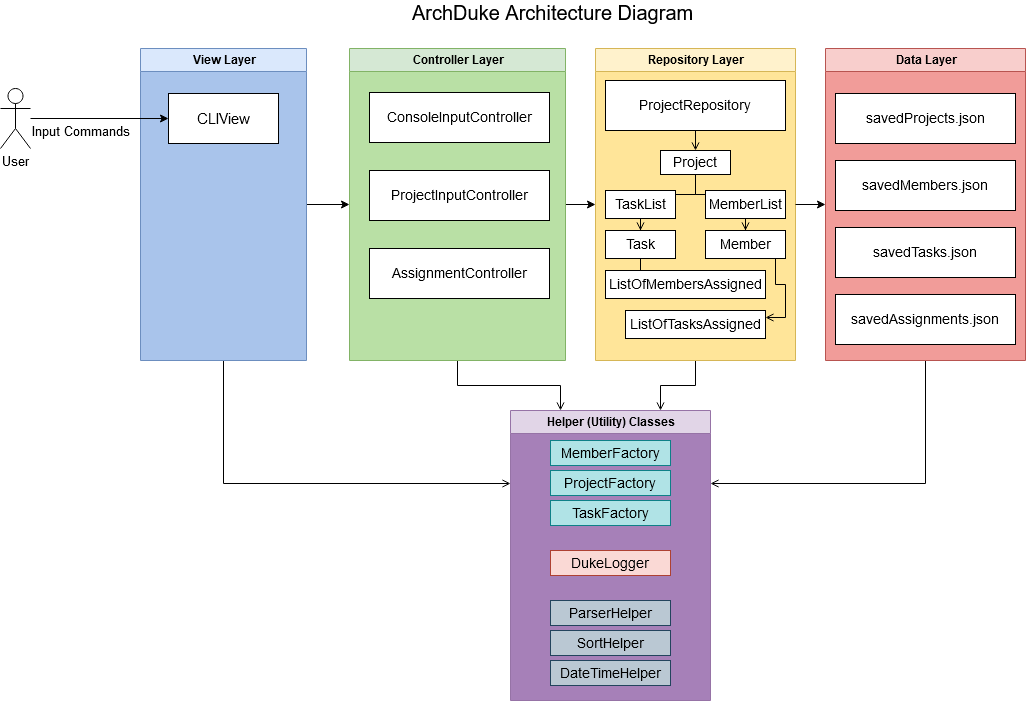
The draw.io diagram docs/images/ArchDuke_Architecture.png in nusCS2113-AY1920S1/PersonalAssistant-Duke, before a commit. Source tidied: cells renumbered, new cells last; positions are measured from the earlier drawing's top-left corner, leaving out a move shared by most shapes.
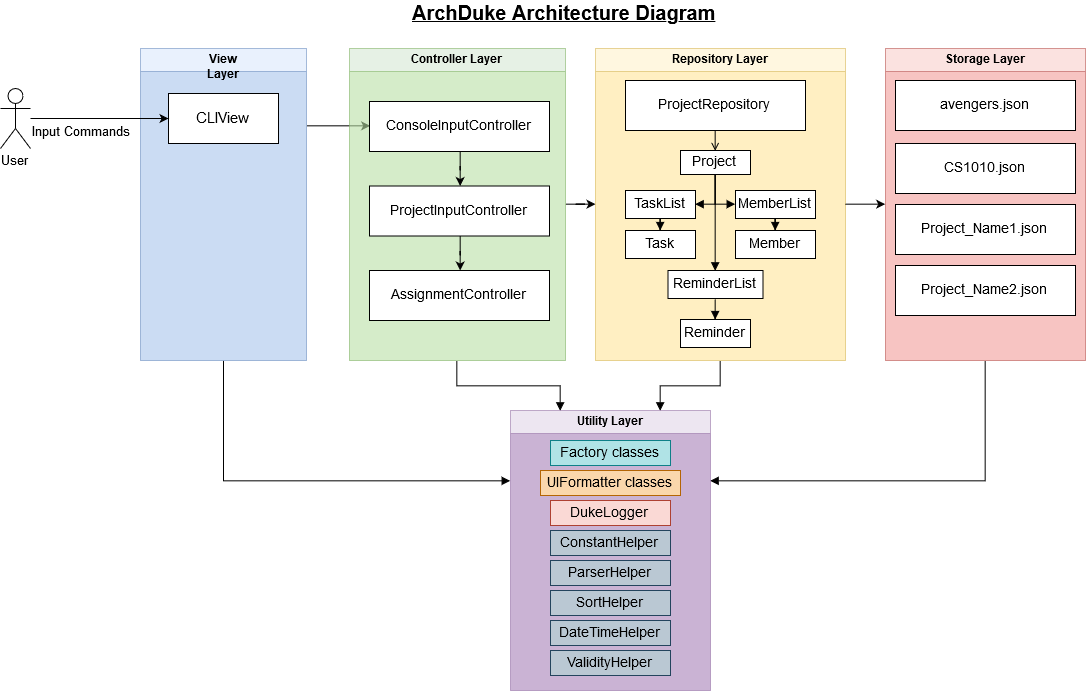
The same diagram one commit later.

Commit message:
[Docs] Updated Architecture Diagram

Change to the diagram source:
```diff
@@ -2,13 +2,13 @@
   <root>
     <mxCell id="0" />
     <mxCell id="1" parent="0" />
-    <mxCell id="2" style="edgeStyle=orthogonalEdgeStyle;rounded=0;jettySize=auto;html=1;fontSize=15;" parent="1" edge="1" source="4" target="8">
+    <mxCell id="2" style="edgeStyle=orthogonalEdgeStyle;rounded=0;jettySize=auto;html=1;fontSize=15;exitX=1;exitY=0.25;exitDx=0;exitDy=0;entryX=0;entryY=0.5;entryDx=0;entryDy=0;" parent="1" edge="1" source="4" target="9">
       <mxGeometry relative="1" as="geometry" />
     </mxCell>
-    <mxCell id="3" style="edgeStyle=orthogonalEdgeStyle;rounded=0;jettySize=auto;html=1;exitX=0.5;exitY=1;exitDx=0;exitDy=0;entryX=0;entryY=0.25;entryDx=0;entryDy=0;endArrow=open;endFill=0;strokeColor=#000000;fontSize=14;" parent="1" edge="1" source="4" target="40">
+    <mxCell id="3" style="edgeStyle=orthogonalEdgeStyle;rounded=0;jettySize=auto;html=1;exitX=0.5;exitY=1;exitDx=0;exitDy=0;entryX=0;entryY=0.25;entryDx=0;entryDy=0;endArrow=block;endFill=1;strokeColor=#000000;fontSize=14;" parent="1" edge="1" source="4" target="40">
       <mxGeometry relative="1" as="geometry" />
     </mxCell>
-    <mxCell id="4" value="View Layer" style="swimlane;whiteSpace=wrap;swimlaneFillColor=#A9C4EB;fillColor=#dae8fc;strokeColor=#6c8ebf;" parent="1" vertex="1">
+    <mxCell id="4" value="View Layer" style="swimlane;whiteSpace=wrap;swimlaneFillColor=#A9C4EB;fillColor=#dae8fc;strokeColor=#6c8ebf;opacity=60;" parent="1" vertex="1">
       <mxGeometry x="140" y="48" width="166" height="312" as="geometry" />
     </mxCell>
     <mxCell id="5" value="CLIView" style="fontSize=15;" parent="4" vertex="1">
@@ -17,92 +17,98 @@
     <mxCell id="6" style="edgeStyle=orthogonalEdgeStyle;rounded=0;jettySize=auto;html=1;fontSize=14;" parent="1" edge="1" source="8" target="13">
       <mxGeometry relative="1" as="geometry" />
     </mxCell>
-    <mxCell id="7" style="edgeStyle=orthogonalEdgeStyle;rounded=0;jettySize=auto;html=1;exitX=0.5;exitY=1;exitDx=0;exitDy=0;entryX=0.25;entryY=0;entryDx=0;entryDy=0;endArrow=open;endFill=0;strokeColor=#000000;fontSize=14;" parent="1" edge="1" source="8" target="40">
+    <mxCell id="7" style="edgeStyle=orthogonalEdgeStyle;rounded=0;jettySize=auto;html=1;exitX=0.5;exitY=1;exitDx=0;exitDy=0;entryX=0.25;entryY=0;entryDx=0;entryDy=0;endArrow=block;endFill=1;strokeColor=#000000;fontSize=14;" parent="1" edge="1" source="8" target="40">
       <mxGeometry relative="1" as="geometry" />
     </mxCell>
-    <mxCell id="8" value="Controller Layer" style="swimlane;whiteSpace=wrap;fillColor=#d5e8d4;strokeColor=#82b366;swimlaneFillColor=#B9E0A5;" parent="1" vertex="1">
+    <mxCell id="8" value="Controller Layer" style="swimlane;whiteSpace=wrap;fillColor=#d5e8d4;strokeColor=#82b366;swimlaneFillColor=#B9E0A5;opacity=60;glass=0;" parent="1" vertex="1">
       <mxGeometry x="349" y="48" width="216" height="312" as="geometry" />
     </mxCell>
+    <mxCell id="48" style="edgeStyle=orthogonalEdgeStyle;rounded=0;jettySize=auto;html=1;" parent="8" edge="1" source="9" target="10">
+      <mxGeometry relative="1" as="geometry" />
+    </mxCell>
     <mxCell id="9" value="ConsoleInputController" style="fontSize=14;" parent="8" vertex="1">
-      <mxGeometry x="20" y="44" width="180" height="50" as="geometry" />
+      <mxGeometry x="20" y="53" width="180" height="50" as="geometry" />
     </mxCell>
+    <mxCell id="49" style="edgeStyle=orthogonalEdgeStyle;rounded=0;jettySize=auto;html=1;" parent="8" edge="1" source="10" target="11">
+      <mxGeometry relative="1" as="geometry" />
+    </mxCell>
     <mxCell id="10" value="ProjectInputController" style="fontSize=14;" parent="8" vertex="1">
-      <mxGeometry x="20" y="122" width="180" height="50" as="geometry" />
+      <mxGeometry x="20" y="137.5" width="180" height="50" as="geometry" />
     </mxCell>
     <mxCell id="11" value="AssignmentController" style="fontSize=14;" parent="8" vertex="1">
-      <mxGeometry x="20" y="200" width="180" height="50" as="geometry" />
+      <mxGeometry x="20" y="222" width="180" height="50" as="geometry" />
     </mxCell>
-    <mxCell id="12" style="edgeStyle=orthogonalEdgeStyle;rounded=0;jettySize=auto;html=1;exitX=0.5;exitY=1;exitDx=0;exitDy=0;entryX=0.75;entryY=0;entryDx=0;entryDy=0;endArrow=open;endFill=0;strokeColor=#000000;fontSize=14;" parent="1" edge="1" source="13" target="40">
+    <mxCell id="12" style="edgeStyle=orthogonalEdgeStyle;rounded=0;jettySize=auto;html=1;exitX=0.5;exitY=1;exitDx=0;exitDy=0;entryX=0.75;entryY=0;entryDx=0;entryDy=0;endArrow=block;endFill=1;strokeColor=#000000;fontSize=14;" parent="1" edge="1" source="13" target="40">
       <mxGeometry relative="1" as="geometry" />
     </mxCell>
-    <mxCell id="13" value="Repository Layer" style="swimlane;whiteSpace=wrap;fillColor=#fff2cc;strokeColor=#d6b656;swimlaneFillColor=#FFE599;" parent="1" vertex="1">
-      <mxGeometry x="595" y="48" width="200" height="312" as="geometry" />
+    <mxCell id="13" value="Repository Layer" style="swimlane;whiteSpace=wrap;fillColor=#fff2cc;strokeColor=#d6b656;swimlaneFillColor=#FFE599;opacity=60;" parent="1" vertex="1">
+      <mxGeometry x="595" y="48" width="250" height="312" as="geometry" />
     </mxCell>
     <mxCell id="14" value="ProjectRepository" style="fontSize=14;" parent="13" vertex="1">
-      <mxGeometry x="10" y="32" width="180" height="50" as="geometry" />
+      <mxGeometry x="30" y="32" width="180" height="50" as="geometry" />
     </mxCell>
-    <mxCell id="15" style="edgeStyle=orthogonalEdgeStyle;rounded=0;jettySize=auto;html=1;endArrow=open;endFill=0;strokeColor=#000000;fontSize=14;" parent="13" edge="1" source="17" target="24">
+    <mxCell id="15" style="edgeStyle=orthogonalEdgeStyle;rounded=0;jettySize=auto;html=1;endArrow=block;endFill=1;strokeColor=#000000;fontSize=14;entryX=0;entryY=0.5;entryDx=0;entryDy=0;" parent="13" edge="1" source="17" target="24">
       <mxGeometry relative="1" as="geometry" />
     </mxCell>
-    <mxCell id="16" style="edgeStyle=orthogonalEdgeStyle;rounded=0;jettySize=auto;html=1;endArrow=open;endFill=0;strokeColor=#000000;fontSize=14;" parent="13" edge="1" source="17" target="19">
+    <mxCell id="16" style="edgeStyle=orthogonalEdgeStyle;rounded=0;jettySize=auto;html=1;endArrow=block;endFill=1;strokeColor=#000000;fontSize=14;entryX=1;entryY=0.5;entryDx=0;entryDy=0;" parent="13" edge="1" source="17" target="19">
       <mxGeometry relative="1" as="geometry" />
     </mxCell>
+    <mxCell id="50" style="edgeStyle=orthogonalEdgeStyle;rounded=0;jettySize=auto;html=1;exitX=0.5;exitY=1;exitDx=0;exitDy=0;entryX=0.5;entryY=0;entryDx=0;entryDy=0;endArrow=block;endFill=1;" parent="13" edge="1" source="17" target="52">
+      <mxGeometry relative="1" as="geometry" />
+    </mxCell>
     <mxCell id="17" value="Project" style="fontSize=14;" parent="13" vertex="1">
-      <mxGeometry x="65" y="102" width="70" height="24" as="geometry" />
+      <mxGeometry x="85" y="102" width="70" height="24" as="geometry" />
     </mxCell>
-    <mxCell id="18" style="edgeStyle=orthogonalEdgeStyle;rounded=0;jettySize=auto;html=1;endArrow=open;endFill=0;strokeColor=#000000;fontSize=14;" parent="13" edge="1" source="19" target="21">
+    <mxCell id="18" style="edgeStyle=orthogonalEdgeStyle;rounded=0;jettySize=auto;html=1;endArrow=block;endFill=1;strokeColor=#000000;fontSize=14;" parent="13" edge="1" source="19" target="21">
       <mxGeometry relative="1" as="geometry" />
     </mxCell>
     <mxCell id="19" value="TaskList" style="fontSize=14;" parent="13" vertex="1">
-      <mxGeometry x="10" y="142" width="70" height="28" as="geometry" />
+      <mxGeometry x="30" y="142" width="70" height="28" as="geometry" />
     </mxCell>
-    <mxCell id="20" style="edgeStyle=orthogonalEdgeStyle;rounded=0;jettySize=auto;html=1;endArrow=open;endFill=0;strokeColor=#000000;fontSize=14;" parent="13" edge="1" source="21" target="22">
-      <mxGeometry relative="1" as="geometry" />
-    </mxCell>
     <mxCell id="21" value="Task" style="fontSize=14;" parent="13" vertex="1">
-      <mxGeometry x="10" y="182" width="70" height="28" as="geometry" />
+      <mxGeometry x="30" y="182" width="70" height="28" as="geometry" />
     </mxCell>
-    <mxCell id="22" value="ListOfMembersAssigned" style="fontSize=14;" parent="13" vertex="1">
-      <mxGeometry x="10" y="222" width="160" height="28" as="geometry" />
-    </mxCell>
-    <mxCell id="23" style="edgeStyle=orthogonalEdgeStyle;rounded=0;jettySize=auto;html=1;endArrow=open;endFill=0;strokeColor=#000000;fontSize=14;" parent="13" edge="1" source="24" target="26">
+    <mxCell id="23" style="edgeStyle=orthogonalEdgeStyle;rounded=0;jettySize=auto;html=1;endArrow=block;endFill=1;strokeColor=#000000;fontSize=14;" parent="13" edge="1" source="24" target="26">
       <mxGeometry relative="1" as="geometry" />
     </mxCell>
     <mxCell id="24" value="MemberList" style="fontSize=14;" parent="13" vertex="1">
-      <mxGeometry x="110" y="142" width="80" height="28" as="geometry" />
+      <mxGeometry x="140" y="142" width="80" height="28" as="geometry" />
     </mxCell>
-    <mxCell id="25" style="edgeStyle=orthogonalEdgeStyle;rounded=0;jettySize=auto;html=1;endArrow=open;endFill=0;strokeColor=#000000;fontSize=14;entryX=1;entryY=0.25;entryDx=0;entryDy=0;exitX=0.875;exitY=0.5;exitDx=0;exitDy=0;exitPerimeter=0;" parent="13" edge="1" source="26" target="27">
-      <mxGeometry relative="1" as="geometry" />
-    </mxCell>
     <mxCell id="26" value="Member" style="fontSize=14;" parent="13" vertex="1">
-      <mxGeometry x="110" y="182" width="80" height="28" as="geometry" />
+      <mxGeometry x="140" y="182" width="80" height="28" as="geometry" />
     </mxCell>
-    <mxCell id="27" value="ListOfTasksAssigned" style="fontSize=14;" parent="13" vertex="1">
-      <mxGeometry x="30" y="262" width="140" height="28" as="geometry" />
-    </mxCell>
     <mxCell id="28" style="edgeStyle=orthogonalEdgeStyle;rounded=0;jettySize=auto;html=1;exitX=0.5;exitY=1;exitDx=0;exitDy=0;endArrow=open;endFill=0;strokeColor=#000000;fontSize=14;entryX=0.5;entryY=0;entryDx=0;entryDy=0;" parent="13" edge="1" source="14" target="17">
       <mxGeometry relative="1" as="geometry" />
     </mxCell>
+    <mxCell id="51" style="edgeStyle=orthogonalEdgeStyle;rounded=0;jettySize=auto;html=1;exitX=0.5;exitY=1;exitDx=0;exitDy=0;endArrow=block;endFill=1;" parent="13" edge="1" source="52" target="53">
+      <mxGeometry relative="1" as="geometry" />
+    </mxCell>
+    <mxCell id="52" value="ReminderList" style="fontSize=14;" parent="13" vertex="1">
+      <mxGeometry x="72.5" y="222" width="95" height="28" as="geometry" />
+    </mxCell>
+    <mxCell id="53" value="Reminder" style="fontSize=14;" parent="13" vertex="1">
+      <mxGeometry x="85" y="271" width="70" height="28" as="geometry" />
+    </mxCell>
-    <mxCell id="29" style="edgeStyle=orthogonalEdgeStyle;rounded=0;jettySize=auto;html=1;exitX=0.5;exitY=1;exitDx=0;exitDy=0;entryX=1;entryY=0.25;entryDx=0;entryDy=0;endArrow=open;endFill=0;strokeColor=#000000;fontSize=14;" parent="1" edge="1" source="30" target="40">
+    <mxCell id="29" style="edgeStyle=orthogonalEdgeStyle;rounded=0;jettySize=auto;html=1;exitX=0.5;exitY=1;exitDx=0;exitDy=0;entryX=1;entryY=0.25;entryDx=0;entryDy=0;endArrow=block;endFill=1;strokeColor=#000000;fontSize=14;" parent="1" edge="1" source="30" target="40">
       <mxGeometry relative="1" as="geometry" />
     </mxCell>
-    <mxCell id="30" value="Data Layer" style="swimlane;whiteSpace=wrap;fillColor=#f8cecc;strokeColor=#b85450;swimlaneFillColor=#F19C99;" parent="1" vertex="1">
-      <mxGeometry x="825" y="48" width="200" height="312" as="geometry" />
+    <mxCell id="30" value="Storage Layer" style="swimlane;whiteSpace=wrap;fillColor=#f8cecc;strokeColor=#b85450;swimlaneFillColor=#F19C99;opacity=60;" parent="1" vertex="1">
+      <mxGeometry x="885" y="48" width="200" height="312" as="geometry" />
     </mxCell>
-    <mxCell id="31" value="savedProjects.json" style="fontSize=14;" parent="30" vertex="1">
-      <mxGeometry x="10" y="45" width="180" height="50" as="geometry" />
+    <mxCell id="31" value="avengers.json" style="fontSize=14;" parent="30" vertex="1">
+      <mxGeometry x="10" y="32" width="180" height="50" as="geometry" />
     </mxCell>
-    <mxCell id="32" value="savedMembers.json" style="fontSize=14;" parent="30" vertex="1">
-      <mxGeometry x="10" y="112" width="180" height="50" as="geometry" />
-    </mxCell>
-    <mxCell id="33" value="savedTasks.json" style="fontSize=14;" parent="30" vertex="1">
-      <mxGeometry x="10" y="179" width="180" height="50" as="geometry" />
-    </mxCell>
-    <mxCell id="34" value="savedAssignments.json" style="fontSize=14;" parent="30" vertex="1">
-      <mxGeometry x="10" y="246" width="180" height="50" as="geometry" />
-    </mxCell>
+    <mxCell id="54" value="CS1010.json" style="fontSize=14;" parent="30" vertex="1">
+      <mxGeometry x="10" y="95" width="180" height="50" as="geometry" />
+    </mxCell>
+    <mxCell id="55" value="Project_Name1.json" style="fontSize=14;" parent="30" vertex="1">
+      <mxGeometry x="10" y="156" width="180" height="50" as="geometry" />
+    </mxCell>
+    <mxCell id="56" value="Project_Name2.json" style="fontSize=14;" parent="30" vertex="1">
+      <mxGeometry x="10" y="217" width="180" height="50" as="geometry" />
+    </mxCell>
-    <mxCell id="35" value="&lt;font style=&quot;font-size: 20px&quot; face=&quot;Helvetica&quot;&gt;ArchDuke Architecture Diagram&lt;/font&gt;" style="text;html=1;align=left;verticalAlign=top;spacingTop=-4;" parent="1" vertex="1">
-      <mxGeometry x="409.5" width="300" height="20" as="geometry" />
+    <mxCell id="35" value="&lt;b&gt;&lt;u&gt;&lt;font style=&quot;font-size: 20px&quot; face=&quot;Helvetica&quot;&gt;ArchDuke Architecture Diagram&lt;/font&gt;&lt;/u&gt;&lt;/b&gt;" style="text;html=1;align=left;verticalAlign=top;spacingTop=-4;" parent="1" vertex="1">
+      <mxGeometry x="409.5" width="320" height="20" as="geometry" />
     </mxCell>
     <mxCell id="36" style="edgeStyle=orthogonalEdgeStyle;rounded=0;jettySize=auto;html=1;" parent="1" edge="1" source="37" target="5">
       <mxGeometry relative="1" as="geometry" />
@@ -116,29 +122,32 @@
     <mxCell id="39" style="edgeStyle=orthogonalEdgeStyle;rounded=0;jettySize=auto;html=1;fontSize=14;exitX=1;exitY=0.5;exitDx=0;exitDy=0;entryX=0;entryY=0.5;entryDx=0;entryDy=0;" parent="1" edge="1" source="13" target="30">
       <mxGeometry relative="1" as="geometry" />
     </mxCell>
-    <mxCell id="40" value="Helper (Utility) Classes" style="swimlane;whiteSpace=wrap;fillColor=#e1d5e7;strokeColor=#9673a6;swimlaneFillColor=#A680B8;" parent="1" vertex="1">
-      <mxGeometry x="510" y="410" width="200" height="290" as="geometry" />
+    <mxCell id="40" value="Utility Layer" style="swimlane;whiteSpace=wrap;fillColor=#e1d5e7;strokeColor=#9673a6;swimlaneFillColor=#A680B8;opacity=60;" parent="1" vertex="1">
+      <mxGeometry x="510" y="410" width="200" height="280" as="geometry" />
     </mxCell>
-    <mxCell id="41" value="MemberFactory" style="fontSize=14;fillColor=#b0e3e6;strokeColor=#0e8088;" parent="40" vertex="1">
+    <mxCell id="41" value="Factory classes" style="fontSize=14;fillColor=#b0e3e6;strokeColor=#0e8088;" parent="40" vertex="1">
       <mxGeometry x="40" y="30" width="120" height="25" as="geometry" />
     </mxCell>
-    <mxCell id="42" value="ProjectFactory" style="fontSize=14;fillColor=#b0e3e6;strokeColor=#0e8088;" parent="40" vertex="1">
-      <mxGeometry x="40" y="60" width="120" height="25" as="geometry" />
-    </mxCell>
-    <mxCell id="43" value="TaskFactory" style="fontSize=14;fillColor=#b0e3e6;strokeColor=#0e8088;" parent="40" vertex="1">
-      <mxGeometry x="40" y="90" width="120" height="25" as="geometry" />
-    </mxCell>
     <mxCell id="44" value="DukeLogger" style="fontSize=14;fillColor=#fad9d5;strokeColor=#ae4132;" parent="40" vertex="1">
-      <mxGeometry x="40" y="140" width="120" height="25" as="geometry" />
+      <mxGeometry x="40" y="90" width="120" height="25" as="geometry" />
     </mxCell>
     <mxCell id="45" value="ParserHelper" style="fontSize=14;fillColor=#bac8d3;strokeColor=#23445d;" parent="40" vertex="1">
-      <mxGeometry x="40" y="190" width="120" height="25" as="geometry" />
+      <mxGeometry x="40" y="150" width="120" height="25" as="geometry" />
     </mxCell>
     <mxCell id="46" value="SortHelper" style="fontSize=14;fillColor=#bac8d3;strokeColor=#23445d;" parent="40" vertex="1">
-      <mxGeometry x="40" y="220" width="120" height="25" as="geometry" />
+      <mxGeometry x="40" y="180" width="120" height="25" as="geometry" />
     </mxCell>
     <mxCell id="47" value="DateTimeHelper" style="fontSize=14;fillColor=#bac8d3;strokeColor=#23445d;" parent="40" vertex="1">
-      <mxGeometry x="40" y="250" width="120" height="25" as="geometry" />
+      <mxGeometry x="40" y="210" width="120" height="25" as="geometry" />
     </mxCell>
+    <mxCell id="42" value="ConstantHelper" style="fontSize=14;fillColor=#bac8d3;strokeColor=#23445d;" parent="40" vertex="1">
+      <mxGeometry x="40" y="120" width="120" height="25" as="geometry" />
+    </mxCell>
+    <mxCell id="57" value="UIFormatter classes" style="fontSize=14;fillColor=#fad7ac;strokeColor=#b46504;" parent="40" vertex="1">
+      <mxGeometry x="30" y="60" width="140" height="25" as="geometry" />
+    </mxCell>
+    <mxCell id="58" value="ValidityHelper" style="fontSize=14;fillColor=#bac8d3;strokeColor=#23445d;" parent="40" vertex="1">
+      <mxGeometry x="40" y="240" width="120" height="25" as="geometry" />
+    </mxCell>
   </root>
 </mxGraphModel>
```
